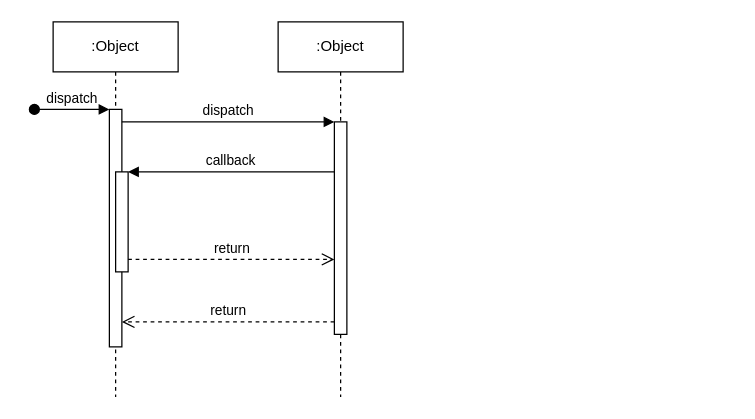
Before: 任务申请和调用.drawio in ordinarylq/personal-drawer, a draw.io diagram. Source tidied: cells renumbered, new cells numbered last; positions are measured from the earlier drawing's top-left corner, leaving out a move shared by most shapes. Both pictures are drawn from the tidied source at 125%, with x=0, y=0 at pixel (34, 21).
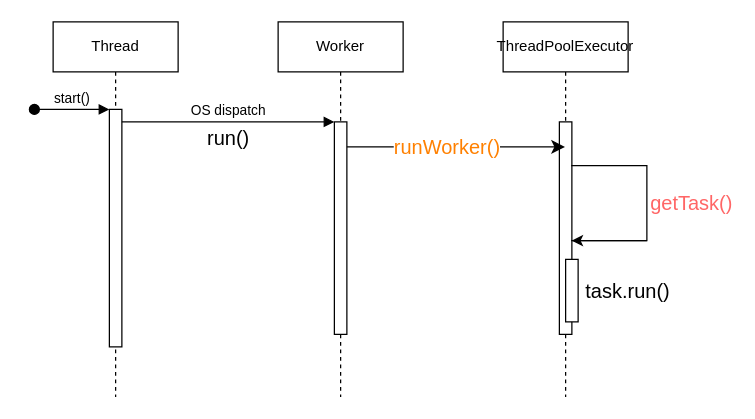
The same page after the edit.

Commit message:
更新任务申请和调用.drawio

The change refers to these unchanged cells:
```xml
<mxCell id="3" style="html=1;points=[];perimeter=orthogonalPerimeter;outlineConnect=0;targetShapes=umlLifeline;portConstraint=eastwest;newEdgeStyle={&quot;edgeStyle&quot;:&quot;elbowEdgeStyle&quot;,&quot;elbow&quot;:&quot;vertical&quot;,&quot;curved&quot;:0,&quot;rounded&quot;:0};" parent="2" vertex="1">
  <mxGeometry x="45" y="70" width="10" height="190" as="geometry" />
</mxCell>
<mxCell id="7" style="html=1;points=[];perimeter=orthogonalPerimeter;outlineConnect=0;targetShapes=umlLifeline;portConstraint=eastwest;newEdgeStyle={&quot;edgeStyle&quot;:&quot;elbowEdgeStyle&quot;,&quot;elbow&quot;:&quot;vertical&quot;,&quot;curved&quot;:0,&quot;rounded&quot;:0};" parent="6" vertex="1">
  <mxGeometry x="45" y="80" width="10" height="170" as="geometry" />
</mxCell>
```

What changed in the source:
```diff
@@
-    <mxCell id="2" value=":Object" style="shape=umlLifeline;perimeter=lifelinePerimeter;whiteSpace=wrap;html=1;newEdgeStyle={&quot;edgeStyle&quot;:&quot;elbowEdgeStyle&quot;,&quot;elbow&quot;:&quot;vertical&quot;,&quot;curved&quot;:0,&quot;rounded&quot;:0};" parent="1" vertex="1">
+    <mxCell id="2" value="Thread" style="shape=umlLifeline;perimeter=lifelinePerimeter;whiteSpace=wrap;html=1;newEdgeStyle={&quot;edgeStyle&quot;:&quot;elbowEdgeStyle&quot;,&quot;elbow&quot;:&quot;vertical&quot;,&quot;curved&quot;:0,&quot;rounded&quot;:0};" parent="1" vertex="1">
       <mxGeometry x="15" width="100" height="300" as="geometry" />
     </mxCell>
@@
-    <mxCell id="4" value="dispatch" style="html=1;verticalAlign=bottom;startArrow=oval;endArrow=block;startSize=8;edgeStyle=elbowEdgeStyle;elbow=vertical;curved=0;rounded=0;" parent="2" edge="1" target="3">
+    <mxCell id="4" value="start()" style="html=1;verticalAlign=bottom;startArrow=oval;endArrow=block;startSize=8;edgeStyle=elbowEdgeStyle;elbow=vertical;curved=0;rounded=0;" parent="2" edge="1" target="3">
       <mxGeometry relative="1" as="geometry">
         <mxPoint x="-15" y="70" as="sourcePoint" />
       </mxGeometry>
     </mxCell>
-    <mxCell id="5" style="html=1;points=[];perimeter=orthogonalPerimeter;outlineConnect=0;targetShapes=umlLifeline;portConstraint=eastwest;newEdgeStyle={&quot;edgeStyle&quot;:&quot;elbowEdgeStyle&quot;,&quot;elbow&quot;:&quot;vertical&quot;,&quot;curved&quot;:0,&quot;rounded&quot;:0};" parent="2" vertex="1">
-      <mxGeometry x="50" y="120" width="10" height="80" as="geometry" />
-    </mxCell>
-    <mxCell id="6" value=":Object" style="shape=umlLifeline;perimeter=lifelinePerimeter;whiteSpace=wrap;html=1;newEdgeStyle={&quot;edgeStyle&quot;:&quot;elbowEdgeStyle&quot;,&quot;elbow&quot;:&quot;vertical&quot;,&quot;curved&quot;:0,&quot;rounded&quot;:0};" parent="1" vertex="1">
+    <mxCell id="6" value="Worker" style="shape=umlLifeline;perimeter=lifelinePerimeter;whiteSpace=wrap;html=1;newEdgeStyle={&quot;edgeStyle&quot;:&quot;elbowEdgeStyle&quot;,&quot;elbow&quot;:&quot;vertical&quot;,&quot;curved&quot;:0,&quot;rounded&quot;:0};" parent="1" vertex="1">
       <mxGeometry x="195" width="100" height="300" as="geometry" />
     </mxCell>
@@
-    <mxCell id="8" value="dispatch" style="html=1;verticalAlign=bottom;endArrow=block;edgeStyle=elbowEdgeStyle;elbow=vertical;curved=0;rounded=0;" parent="1" edge="1" source="3" target="7">
+    <mxCell id="8" value="OS dispatch" style="html=1;verticalAlign=bottom;endArrow=block;edgeStyle=elbowEdgeStyle;elbow=horizontal;curved=0;rounded=0;" parent="1" edge="1" source="3" target="7">
       <mxGeometry relative="1" as="geometry">
         <Array as="points">
           <mxPoint x="155" y="80" />
         </Array>
       </mxGeometry>
     </mxCell>
-    <mxCell id="9" value="return" style="html=1;verticalAlign=bottom;endArrow=open;dashed=1;endSize=8;edgeStyle=elbowEdgeStyle;elbow=vertical;curved=0;rounded=0;" parent="1" edge="1" source="7" target="3">
-      <mxGeometry relative="1" as="geometry">
-        <Array as="points">
-          <mxPoint x="165" y="240" />
-        </Array>
-      </mxGeometry>
-    </mxCell>
-    <mxCell id="10" value="callback" style="html=1;verticalAlign=bottom;endArrow=block;edgeStyle=elbowEdgeStyle;elbow=vertical;curved=0;rounded=0;" parent="1" edge="1" source="7" target="5">
-      <mxGeometry relative="1" as="geometry">
-        <Array as="points">
-          <mxPoint x="165" y="120" />
-        </Array>
-      </mxGeometry>
-    </mxCell>
-    <mxCell id="11" value="return" style="html=1;verticalAlign=bottom;endArrow=open;dashed=1;endSize=8;edgeStyle=elbowEdgeStyle;elbow=vertical;curved=0;rounded=0;" parent="1" edge="1" source="5" target="7">
-      <mxGeometry relative="1" as="geometry">
-        <Array as="points">
-          <mxPoint x="155" y="190" />
-        </Array>
-      </mxGeometry>
-    </mxCell>
+    <mxCell id="12" value="run()" style="text;html=1;align=center;verticalAlign=middle;strokeColor=none;fillColor=none;fontSize=16;" parent="1" vertex="1">
+      <mxGeometry x="125" y="78" width="60" height="30" as="geometry" />
+    </mxCell>
+    <mxCell id="13" value="ThreadPoolExecutor" style="shape=umlLifeline;perimeter=lifelinePerimeter;whiteSpace=wrap;html=1;outlineConnect=0;portConstraint=eastwest;newEdgeStyle={&quot;edgeStyle&quot;:&quot;elbowEdgeStyle&quot;,&quot;elbow&quot;:&quot;vertical&quot;,&quot;curved&quot;:0,&quot;rounded&quot;:0};" parent="1" vertex="1">
+      <mxGeometry x="375" width="100" height="300" as="geometry" />
+    </mxCell>
+    <mxCell id="14" style="html=1;perimeter=orthogonalPerimeter;targetShapes=umlLifeline;newEdgeStyle={&quot;edgeStyle&quot;:&quot;elbowEdgeStyle&quot;,&quot;elbow&quot;:&quot;vertical&quot;,&quot;curved&quot;:0,&quot;rounded&quot;:0};" parent="13" vertex="1">
+      <mxGeometry x="45" y="80" width="10" height="170" as="geometry" />
+    </mxCell>
+    <mxCell id="15" style="endArrow=classic;html=1;rounded=0;fontSize=12;startSize=8;endSize=8;curved=1;" parent="1" edge="1" target="13">
+      <mxGeometry relative="1" as="geometry">
+        <mxPoint x="250" y="100" as="sourcePoint" />
+      </mxGeometry>
+    </mxCell>
+    <mxCell id="16" value="runWorker()" style="edgeLabel;html=1;align=center;verticalAlign=middle;fontSize=16;fontColor=#FF8000;" parent="15" vertex="1">
+      <mxGeometry x="-0.09" y="1" relative="1" as="geometry" />
+    </mxCell>
+    <mxCell id="17" style="shape=partialRectangle;whiteSpace=wrap;html=1;bottom=1;right=1;left=1;top=0;fillColor=none;routingCenterX=-0.5;fontSize=16;rotation=-90;" parent="1" vertex="1">
+      <mxGeometry x="430" y="115" width="60" height="60" as="geometry" />
+    </mxCell>
+    <mxCell id="18" style="html=1;startWidth=3.448275862068968;fillColor=strokeColor;defaultFillColor=invert;defaultGradientColor=invert;rounded=0;fontSize=12;curved=1;exitX=0;exitY=1;exitDx=0;exitDy=0;entryX=0;entryY=0;entryDx=0;entryDy=0;" parent="1" edge="1" source="17" target="17">
+      <mxGeometry relative="1" as="geometry" />
+    </mxCell>
+    <mxCell id="19" value="getTask()" style="text;html=1;strokeColor=none;fillColor=none;align=center;verticalAlign=middle;whiteSpace=wrap;rounded=0;fontSize=16;fontColor=#FF6666;" parent="1" vertex="1">
+      <mxGeometry x="496" y="130" width="60" height="30" as="geometry" />
+    </mxCell>
+    <mxCell id="20" style="rounded=0;whiteSpace=wrap;html=1;fontSize=16;" parent="1" vertex="1">
+      <mxGeometry x="425" y="190" width="10" height="50" as="geometry" />
+    </mxCell>
+    <mxCell id="21" value="task.run()" style="text;html=1;strokeColor=none;fillColor=none;align=center;verticalAlign=middle;whiteSpace=wrap;rounded=0;fontSize=16;" parent="1" vertex="1">
+      <mxGeometry x="445" y="200" width="60" height="30" as="geometry" />
+    </mxCell>
```
